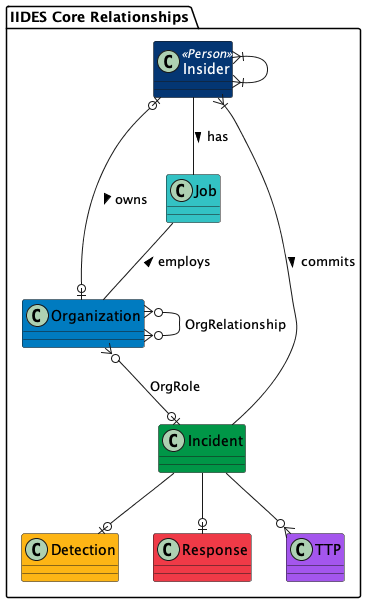
cmu-sei/iides keeps this PlantUML diagram as UML/out/IIDES_Core.png. Above is the earlier version.
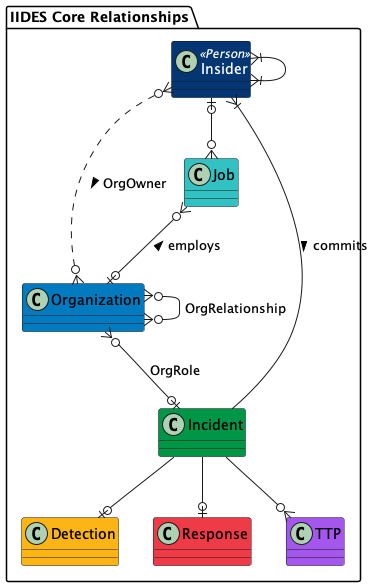
Above is the later version.

The edit, as a diff of the source:
```diff
@@ -10,11 +10,11 @@
     class TTP #A456ED {}
 
     Incident --|{ Insider : commits <
-    Job -- Organization : employs <
-    Insider -- Job : has >
+    Job }o--o| Organization : employs <
+    Insider |o--o{ Job
     Organization }o--o| Incident : OrgRole
     Organization }o--o{ Organization : OrgRelationship
-    Insider |o--o| Organization : owns >
+    Insider }o..o{ Organization : OrgOwner >
     Insider }|--|{ Insider
     Incident --o| Detection
     Incident --o| Response
```
